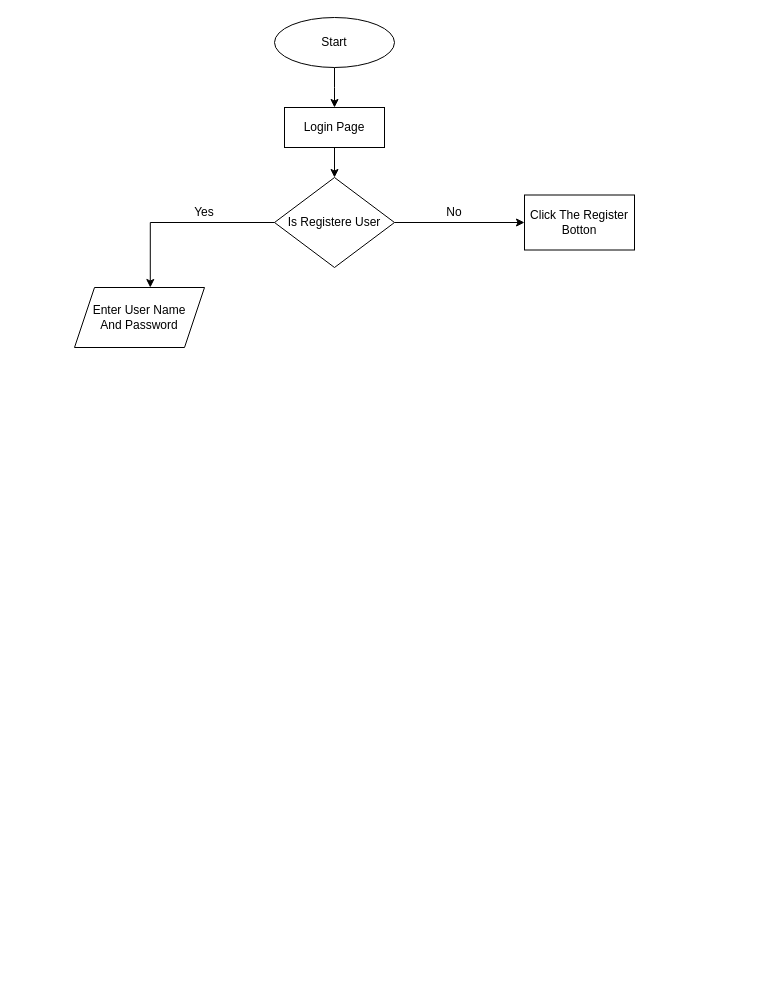
Earlier version of the draw.io diagram FGS Flowchart.drawio (KMSWijesinghe/My-work). Source tidied: cells renumbered, new cells numbered last; positions are measured from the earlier drawing's top-left corner, leaving out a move shared by most shapes. Both pictures are drawn from the tidied source at 100%, with x=0, y=0 at pixel (74, 17).
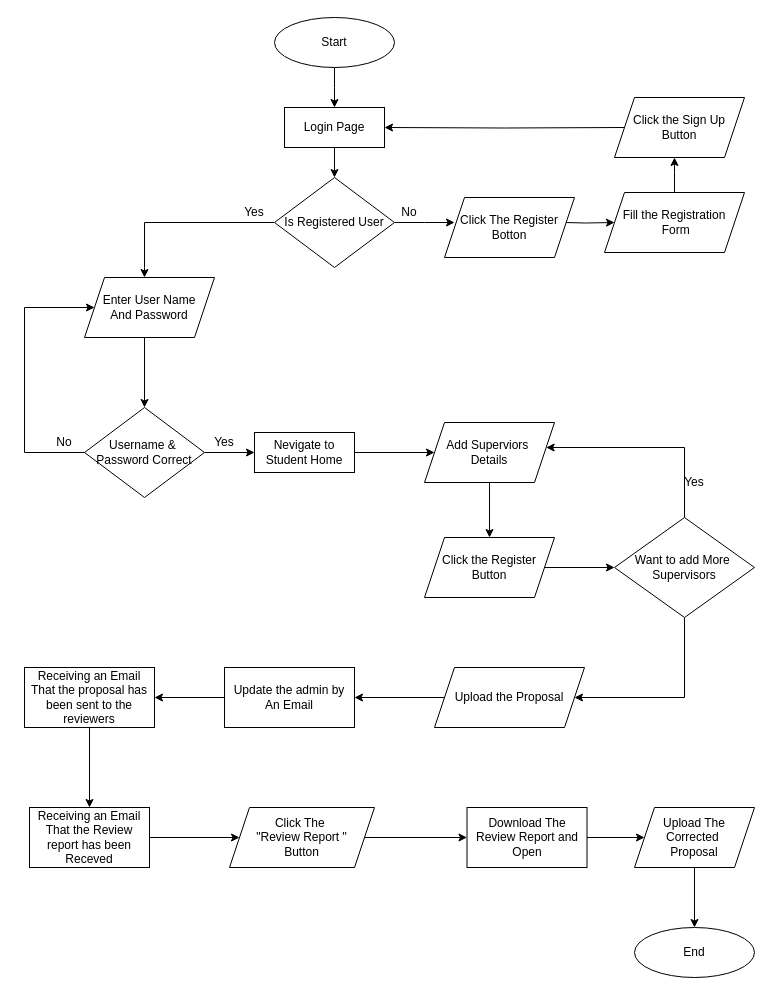
The same diagram, later.

The change refers to these unchanged cells:
```xml
<mxCell id="12" value="Login Page" style="rounded=0;whiteSpace=wrap;html=1;" parent="1" vertex="1">
  <mxGeometry x="210" y="90" width="100" height="40" as="geometry" />
</mxCell>
```

Change to the diagram source:
```diff
@@
-    <mxCell id="4" style="edgeStyle=orthogonalEdgeStyle;rounded=0;jettySize=auto;html=1;entryX=0;entryY=0.5;entryDx=0;entryDy=0;" parent="1" edge="1" source="5" target="9">
-      <mxGeometry relative="1" as="geometry" />
+    <mxCell id="4" style="edgeStyle=orthogonalEdgeStyle;rounded=0;jettySize=auto;html=1;entryX=0;entryY=0.5;entryDx=0;entryDy=0;" parent="1" edge="1" source="5">
+      <mxGeometry relative="1" as="geometry">
+        <mxPoint x="380" y="205" as="targetPoint" />
+      </mxGeometry>
     </mxCell>
-    <mxCell id="5" value="Is Registere User" style="rhombus;whiteSpace=wrap;html=1;" parent="1" vertex="1">
+    <mxCell id="5" value="Is Registered User" style="rhombus;whiteSpace=wrap;html=1;" parent="1" vertex="1">
       <mxGeometry x="200" y="160" width="120" height="90" as="geometry" />
     </mxCell>
+    <mxCell id="13" style="edgeStyle=orthogonalEdgeStyle;rounded=0;jettySize=auto;html=1;entryX=0.5;entryY=0;entryDx=0;entryDy=0;" parent="1" edge="1" source="6" target="16">
+      <mxGeometry relative="1" as="geometry">
+        <Array as="points">
+          <mxPoint x="70" y="390" />
+        </Array>
+      </mxGeometry>
+    </mxCell>
     <mxCell id="6" value="Enter User Name&lt;div&gt;And Password&lt;/div&gt;" style="shape=parallelogram;perimeter=parallelogramPerimeter;whiteSpace=wrap;html=1;fixedSize=1;" parent="1" vertex="1">
-      <mxGeometry y="270" width="130" height="60" as="geometry" />
+      <mxGeometry x="10" y="260" width="130" height="60" as="geometry" />
     </mxCell>
-    <mxCell id="7" style="edgeStyle=orthogonalEdgeStyle;rounded=0;jettySize=auto;html=1;entryX=0.583;entryY=0;entryDx=0;entryDy=0;entryPerimeter=0;" parent="1" edge="1" source="5" target="6">
-      <mxGeometry relative="1" as="geometry" />
+    <mxCell id="7" style="edgeStyle=orthogonalEdgeStyle;rounded=0;jettySize=auto;html=1;" parent="1" edge="1" source="5">
+      <mxGeometry relative="1" as="geometry">
+        <mxPoint x="70" y="260" as="targetPoint" />
+        <Array as="points">
+          <mxPoint x="70" y="205" />
+          <mxPoint x="70" y="250" />
+        </Array>
+      </mxGeometry>
     </mxCell>
     <mxCell id="8" value="Yes" style="text;html=1;whiteSpace=wrap;strokeColor=none;fillColor=none;align=center;verticalAlign=middle;rounded=0;" parent="1" vertex="1">
-      <mxGeometry x="100" y="180" width="60" height="30" as="geometry" />
+      <mxGeometry x="150" y="180" width="60" height="30" as="geometry" />
     </mxCell>
-    <mxCell id="9" value="Click The Register Botton" style="rounded=0;whiteSpace=wrap;html=1;" parent="1" vertex="1">
-      <mxGeometry x="450" y="177.5" width="110" height="55" as="geometry" />
-    </mxCell>
+    <mxCell id="14" style="edgeStyle=orthogonalEdgeStyle;rounded=0;jettySize=auto;html=1;entryX=0;entryY=0.5;entryDx=0;entryDy=0;" parent="1" edge="1" target="23">
+      <mxGeometry relative="1" as="geometry">
+        <mxPoint x="490" y="205" as="sourcePoint" />
+      </mxGeometry>
+    </mxCell>
     <mxCell id="10" value="No" style="text;html=1;whiteSpace=wrap;strokeColor=none;fillColor=none;align=center;verticalAlign=middle;rounded=0;" parent="1" vertex="1">
-      <mxGeometry x="350" y="180" width="60" height="30" as="geometry" />
+      <mxGeometry x="305" y="180" width="60" height="30" as="geometry" />
     </mxCell>
@@
+    <mxCell id="15" style="edgeStyle=orthogonalEdgeStyle;rounded=0;jettySize=auto;html=1;entryX=0;entryY=0.5;entryDx=0;entryDy=0;" parent="1" edge="1" source="16" target="20">
+      <mxGeometry relative="1" as="geometry" />
+    </mxCell>
+    <mxCell id="16" value="Username &amp;amp;&amp;nbsp;&lt;div&gt;Password Correct&lt;/div&gt;" style="rhombus;whiteSpace=wrap;html=1;" parent="1" vertex="1">
+      <mxGeometry x="10" y="390" width="120" height="90" as="geometry" />
+    </mxCell>
+    <mxCell id="17" style="endArrow=classic;html=1;rounded=0;exitX=0;exitY=0.5;exitDx=0;exitDy=0;" parent="1" edge="1" source="16">
+      <mxGeometry relative="1" as="geometry">
+        <mxPoint x="20" y="290" as="targetPoint" />
+        <Array as="points">
+          <mxPoint x="-50" y="435" />
+          <mxPoint x="-50" y="290" />
+        </Array>
+      </mxGeometry>
+    </mxCell>
+    <mxCell id="18" value="No" style="text;html=1;whiteSpace=wrap;strokeColor=none;fillColor=none;align=center;verticalAlign=middle;rounded=0;" parent="1" vertex="1">
+      <mxGeometry x="-40" y="410" width="60" height="30" as="geometry" />
+    </mxCell>
+    <mxCell id="19" style="edgeStyle=orthogonalEdgeStyle;rounded=0;jettySize=auto;html=1;" parent="1" edge="1" source="20" target="27">
+      <mxGeometry relative="1" as="geometry" />
+    </mxCell>
+    <mxCell id="20" value="Nevigate to Student Home" style="rounded=0;whiteSpace=wrap;html=1;" parent="1" vertex="1">
+      <mxGeometry x="180" y="415" width="100" height="40" as="geometry" />
+    </mxCell>
+    <mxCell id="21" value="Yes" style="text;html=1;whiteSpace=wrap;strokeColor=none;fillColor=none;align=center;verticalAlign=middle;rounded=0;" parent="1" vertex="1">
+      <mxGeometry x="120" y="410" width="60" height="30" as="geometry" />
+    </mxCell>
+    <mxCell id="22" style="edgeStyle=orthogonalEdgeStyle;rounded=0;jettySize=auto;html=1;" parent="1" edge="1" source="23">
+      <mxGeometry relative="1" as="geometry">
+        <mxPoint x="600" y="140" as="targetPoint" />
+      </mxGeometry>
+    </mxCell>
+    <mxCell id="23" value="Fill the Registration&lt;div&gt;&amp;nbsp;Form&lt;/div&gt;" style="shape=parallelogram;perimeter=parallelogramPerimeter;whiteSpace=wrap;html=1;fixedSize=1;" parent="1" vertex="1">
+      <mxGeometry x="530" y="175" width="140" height="60" as="geometry" />
+    </mxCell>
+    <mxCell id="24" style="edgeStyle=orthogonalEdgeStyle;rounded=0;jettySize=auto;html=1;entryX=1;entryY=0.5;entryDx=0;entryDy=0;" parent="1" edge="1" target="12">
+      <mxGeometry relative="1" as="geometry">
+        <mxPoint x="550" y="110" as="sourcePoint" />
+      </mxGeometry>
+    </mxCell>
+    <mxCell id="9" value="&lt;span style=&quot;caret-color: rgba(0, 0, 0, 0);&quot;&gt;Click The Register Botton&lt;/span&gt;" style="shape=parallelogram;perimeter=parallelogramPerimeter;whiteSpace=wrap;html=1;fixedSize=1;" parent="1" vertex="1">
+      <mxGeometry x="370" y="180" width="130" height="60" as="geometry" />
+    </mxCell>
+    <mxCell id="25" value="Click the Sign Up&lt;div&gt;Button&lt;/div&gt;" style="shape=parallelogram;perimeter=parallelogramPerimeter;whiteSpace=wrap;html=1;fixedSize=1;" parent="1" vertex="1">
+      <mxGeometry x="540" y="80" width="130" height="60" as="geometry" />
+    </mxCell>
+    <mxCell id="26" style="edgeStyle=orthogonalEdgeStyle;rounded=0;jettySize=auto;html=1;entryX=0.5;entryY=0;entryDx=0;entryDy=0;" parent="1" edge="1" source="27" target="29">
+      <mxGeometry relative="1" as="geometry" />
+    </mxCell>
+    <mxCell id="27" value="Add Superviors&amp;nbsp;&lt;div&gt;Details&lt;/div&gt;" style="shape=parallelogram;perimeter=parallelogramPerimeter;whiteSpace=wrap;html=1;fixedSize=1;" parent="1" vertex="1">
+      <mxGeometry x="350" y="405" width="130" height="60" as="geometry" />
+    </mxCell>
+    <mxCell id="28" style="edgeStyle=orthogonalEdgeStyle;rounded=0;jettySize=auto;html=1;" parent="1" edge="1" source="29" target="32">
+      <mxGeometry relative="1" as="geometry" />
+    </mxCell>
+    <mxCell id="29" value="Click the Register Button" style="shape=parallelogram;perimeter=parallelogramPerimeter;whiteSpace=wrap;html=1;fixedSize=1;" parent="1" vertex="1">
+      <mxGeometry x="350" y="520" width="130" height="60" as="geometry" />
+    </mxCell>
+    <mxCell id="30" style="edgeStyle=orthogonalEdgeStyle;rounded=0;jettySize=auto;html=1;" parent="1" edge="1" source="32" target="27">
+      <mxGeometry relative="1" as="geometry">
+        <Array as="points">
+          <mxPoint x="610" y="430" />
+        </Array>
+      </mxGeometry>
+    </mxCell>
+    <mxCell id="31" style="edgeStyle=orthogonalEdgeStyle;rounded=0;jettySize=auto;html=1;entryX=1;entryY=0.5;entryDx=0;entryDy=0;" parent="1" edge="1" source="32" target="35">
+      <mxGeometry relative="1" as="geometry">
+        <Array as="points">
+          <mxPoint x="610" y="680" />
+        </Array>
+      </mxGeometry>
+    </mxCell>
+    <mxCell id="32" value="Want to add More&amp;nbsp;&lt;div&gt;Supervisors&lt;/div&gt;" style="rhombus;whiteSpace=wrap;html=1;" parent="1" vertex="1">
+      <mxGeometry x="540" y="500" width="140" height="100" as="geometry" />
+    </mxCell>
+    <mxCell id="33" value="Yes" style="text;html=1;whiteSpace=wrap;strokeColor=none;fillColor=none;align=center;verticalAlign=middle;rounded=0;" parent="1" vertex="1">
+      <mxGeometry x="590" y="450" width="60" height="30" as="geometry" />
+    </mxCell>
+    <mxCell id="34" style="edgeStyle=orthogonalEdgeStyle;rounded=0;jettySize=auto;html=1;" parent="1" edge="1" source="35">
+      <mxGeometry relative="1" as="geometry">
+        <mxPoint x="280" y="680" as="targetPoint" />
+      </mxGeometry>
+    </mxCell>
+    <mxCell id="35" value="Upload the Proposal" style="shape=parallelogram;perimeter=parallelogramPerimeter;whiteSpace=wrap;html=1;fixedSize=1;" parent="1" vertex="1">
+      <mxGeometry x="360" y="650" width="150" height="60" as="geometry" />
+    </mxCell>
+    <mxCell id="36" style="edgeStyle=orthogonalEdgeStyle;rounded=0;jettySize=auto;html=1;entryX=1;entryY=0.5;entryDx=0;entryDy=0;" parent="1" edge="1" source="37" target="39">
+      <mxGeometry relative="1" as="geometry" />
+    </mxCell>
+    <mxCell id="37" value="Update the admin by An Email" style="rounded=0;whiteSpace=wrap;html=1;" parent="1" vertex="1">
+      <mxGeometry x="150" y="650" width="130" height="60" as="geometry" />
+    </mxCell>
+    <mxCell id="38" style="edgeStyle=orthogonalEdgeStyle;rounded=0;jettySize=auto;html=1;" parent="1" edge="1" source="39" target="41">
+      <mxGeometry relative="1" as="geometry" />
+    </mxCell>
+    <mxCell id="39" value="Receiving an Email That the proposal has been sent to the reviewers" style="rounded=0;whiteSpace=wrap;html=1;" parent="1" vertex="1">
+      <mxGeometry x="-50" y="650" width="130" height="60" as="geometry" />
+    </mxCell>
+    <mxCell id="40" style="edgeStyle=orthogonalEdgeStyle;rounded=0;jettySize=auto;html=1;" parent="1" edge="1" source="41" target="43">
+      <mxGeometry relative="1" as="geometry" />
+    </mxCell>
+    <mxCell id="41" value="Receiving an Email That the Review report has been Receved" style="whiteSpace=wrap;html=1;rounded=0;" parent="1" vertex="1">
+      <mxGeometry x="-45" y="790" width="120" height="60" as="geometry" />
+    </mxCell>
+    <mxCell id="42" style="edgeStyle=orthogonalEdgeStyle;rounded=0;jettySize=auto;html=1;" parent="1" edge="1" source="43" target="45">
+      <mxGeometry relative="1" as="geometry" />
+    </mxCell>
+    <mxCell id="43" value="Click The&amp;nbsp;&lt;div&gt;&quot;Review Report &quot;&lt;/div&gt;&lt;div&gt;&amp;nbsp;Button&amp;nbsp;&lt;/div&gt;" style="shape=parallelogram;perimeter=parallelogramPerimeter;whiteSpace=wrap;html=1;fixedSize=1;rounded=0;" parent="1" vertex="1">
+      <mxGeometry x="155" y="790" width="145" height="60" as="geometry" />
+    </mxCell>
+    <mxCell id="44" style="edgeStyle=orthogonalEdgeStyle;rounded=0;jettySize=auto;html=1;" parent="1" edge="1" source="45" target="47">
+      <mxGeometry relative="1" as="geometry" />
+    </mxCell>
+    <mxCell id="45" value="Download The Review Report and Open" style="whiteSpace=wrap;html=1;rounded=0;" parent="1" vertex="1">
+      <mxGeometry x="392.5" y="790" width="120" height="60" as="geometry" />
+    </mxCell>
+    <mxCell id="46" style="edgeStyle=orthogonalEdgeStyle;rounded=0;jettySize=auto;html=1;entryX=0.5;entryY=0;entryDx=0;entryDy=0;" parent="1" edge="1" source="47" target="48">
+      <mxGeometry relative="1" as="geometry" />
+    </mxCell>
+    <mxCell id="47" value="Upload The Corrected&amp;nbsp;&lt;div&gt;Proposal&lt;/div&gt;" style="shape=parallelogram;perimeter=parallelogramPerimeter;whiteSpace=wrap;html=1;fixedSize=1;rounded=0;" parent="1" vertex="1">
+      <mxGeometry x="560" y="790" width="120" height="60" as="geometry" />
+    </mxCell>
+    <mxCell id="48" value="End" style="ellipse;whiteSpace=wrap;html=1;" parent="1" vertex="1">
+      <mxGeometry x="560" y="910" width="120" height="50" as="geometry" />
+    </mxCell>
```
